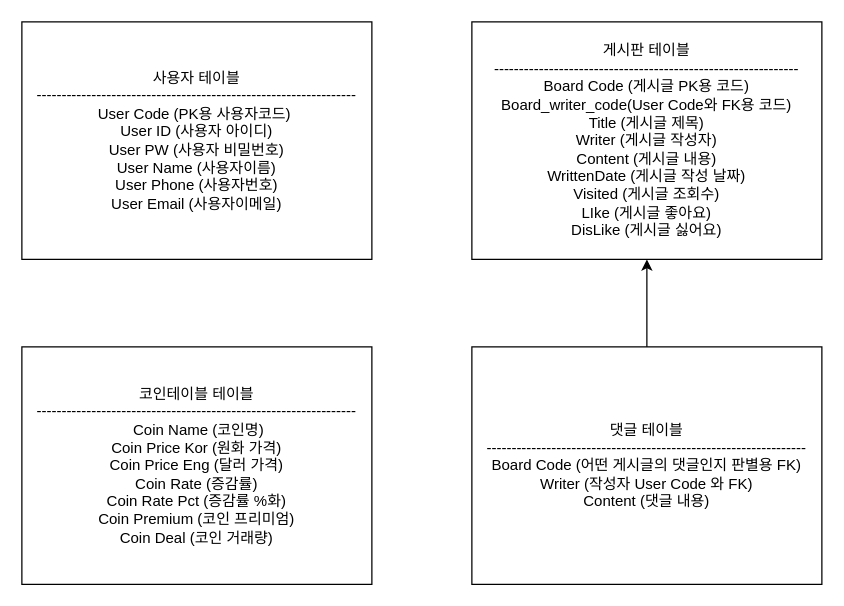
Above: 프로젝트 아웃라인/Project_DB_OUTLINE.drawio in kimjongbuem/Web_Project (draw.io), before the change. Source tidied: cells renumbered, new cells numbered last; positions are measured from the earlier drawing's top-left corner, leaving out a move shared by most shapes. Both pictures are drawn from the tidied source at 125%, with x=0, y=0 at pixel (21, 21).
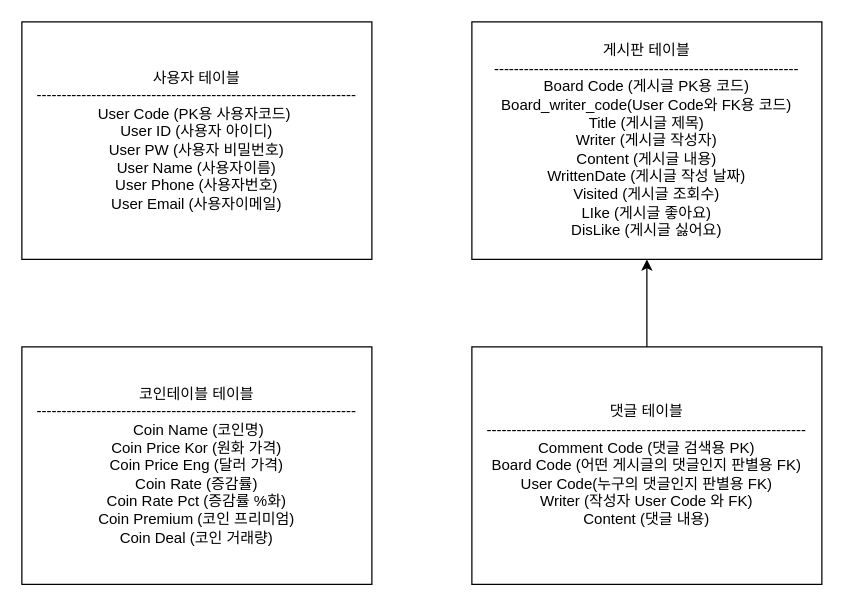
Above is the later version.

Change to the diagram source:
```diff
@@
 <mxGraphModel>
   <root>
     <mxCell id="0" />
     <mxCell id="1" parent="0" />
     <mxCell id="2" value="사용자 테이블&lt;br&gt;----------------------------------------------------------------&lt;br&gt;User Code (PK용 사용자코드)&amp;nbsp;&lt;br&gt;User ID (사용자 아이디)&lt;br&gt;User PW (사용자 비밀번호)&lt;br&gt;User Name (사용자이름)&lt;br&gt;User Phone (사용자번호)&lt;br&gt;User Email (사용자이메일)" style="rounded=0;whiteSpace=wrap;html=1;" parent="1" vertex="1">
       <mxGeometry width="280" height="190" as="geometry" />
     </mxCell>
     <mxCell id="3" value="게시판 테이블&lt;br&gt;-------------------------------------------------------------&lt;br&gt;Board Code (게시글 PK용 코드)&lt;br&gt;Board_writer_code(User Code와 FK용 코드)&lt;br&gt;Title (게시글 제목)&lt;br&gt;Writer (게시글 작성자)&lt;br&gt;Content (게시글 내용)&lt;br&gt;WrittenDate (게시글 작성 날짜)&lt;br&gt;Visited (게시글 조회수)&lt;br&gt;LIke (게시글 좋아요)&lt;br&gt;DisLike (게시글 싫어요)" style="rounded=0;whiteSpace=wrap;html=1;" parent="1" vertex="1">
       <mxGeometry x="360" width="280" height="190" as="geometry" />
     </mxCell>
     <mxCell id="4" style="edgeStyle=orthogonalEdgeStyle;rounded=0;jettySize=auto;html=1;exitX=0.5;exitY=0;exitDx=0;exitDy=0;entryX=0.5;entryY=1;entryDx=0;entryDy=0;" parent="1" edge="1" source="5" target="3">
       <mxGeometry relative="1" as="geometry" />
     </mxCell>
-    <mxCell id="5" value="댓글 테이블&lt;br&gt;----------------------------------------------------------------&lt;br&gt;Board Code (어떤 게시글의 댓글인지 판별용 FK)&lt;br&gt;Writer (작성자 User Code 와 FK)&lt;br&gt;Content (댓글 내용)" style="rounded=0;whiteSpace=wrap;html=1;" parent="1" vertex="1">
+    <mxCell id="5" value="댓글 테이블&lt;br&gt;----------------------------------------------------------------&lt;br&gt;Comment Code (댓글 검색용 PK)&lt;br&gt;Board Code (어떤 게시글의 댓글인지 판별용 FK)&lt;br&gt;User Code(누구의 댓글인지 판별용 FK)&lt;br&gt;Writer (작성자 User Code 와 FK)&lt;br&gt;Content (댓글 내용)" style="rounded=0;whiteSpace=wrap;html=1;" parent="1" vertex="1">
       <mxGeometry x="360" y="260" width="280" height="190" as="geometry" />
     </mxCell>
     <mxCell id="6" value="코인테이블 테이블&lt;br&gt;----------------------------------------------------------------&lt;br&gt;&amp;nbsp;Coin Name (코인명)&lt;br&gt;Coin Price Kor (원화 가격)&lt;br&gt;Coin Price Eng (달러 가격)&lt;br&gt;Coin Rate (증감률)&lt;br&gt;Coin Rate Pct (증감률 %화)&lt;br&gt;Coin Premium (코인 프리미엄)&lt;br&gt;Coin Deal (코인 거래량)" style="rounded=0;whiteSpace=wrap;html=1;" parent="1" vertex="1">
       <mxGeometry y="260" width="280" height="190" as="geometry" />
     </mxCell>
   </root>
 </mxGraphModel>
```
